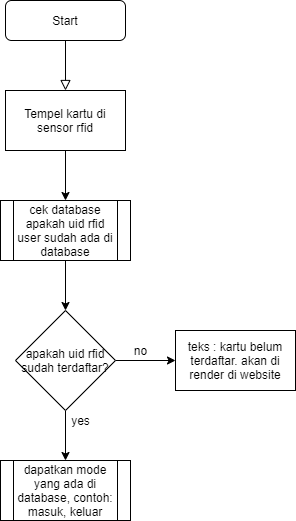
Earlier version of the draw.io export alur-penggunaan.png (dzulfiqaryusuf/rfid-sistemabsensi-ewallet). Source tidied: cells renumbered, new cells last; positions are measured from the earlier drawing's top-left corner, leaving out a move shared by most shapes.
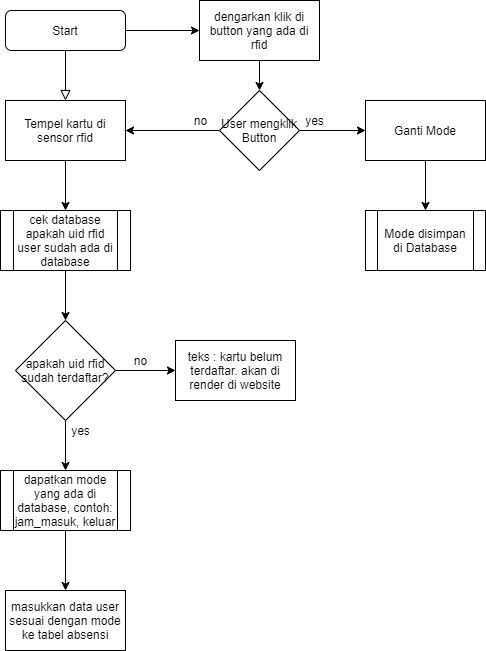
The same file after the commit.

Diff of the diagram source:
```diff
@@ -7,6 +7,9 @@
         <mxPoint x="65" y="90" as="targetPoint" />
       </mxGeometry>
     </mxCell>
+    <mxCell id="15" style="edgeStyle=orthogonalEdgeStyle;rounded=0;jettySize=auto;html=1;" parent="1" edge="1" source="3" target="19">
+      <mxGeometry relative="1" as="geometry" />
+    </mxCell>
     <mxCell id="3" value="Start" style="rounded=1;whiteSpace=wrap;html=1;fontSize=12;glass=0;strokeWidth=1;shadow=0;" parent="1" vertex="1">
       <mxGeometry x="5" width="120" height="40" as="geometry" />
     </mxCell>
@@ -42,8 +45,44 @@
     <mxCell id="13" value="no" style="text;html=1;align=center;verticalAlign=middle;" parent="1" vertex="1">
       <mxGeometry x="125" y="340" width="30" height="20" as="geometry" />
     </mxCell>
+    <mxCell id="16" style="edgeStyle=orthogonalEdgeStyle;rounded=0;jettySize=auto;html=1;entryX=0.5;entryY=0;entryDx=0;entryDy=0;" parent="1" edge="1" source="14" target="17">
+      <mxGeometry relative="1" as="geometry" />
+    </mxCell>
-    <mxCell id="14" value="&lt;span&gt;dapatkan mode yang ada di database, contoh: masuk, keluar&lt;/span&gt;" style="shape=process;whiteSpace=wrap;html=1;backgroundOutline=1;" parent="1" vertex="1">
+    <mxCell id="14" value="&lt;span&gt;dapatkan mode yang ada di database, contoh: jam_masuk, keluar&lt;/span&gt;" style="shape=process;whiteSpace=wrap;html=1;backgroundOutline=1;" parent="1" vertex="1">
       <mxGeometry y="460" width="130" height="60" as="geometry" />
     </mxCell>
+    <mxCell id="17" value="masukkan data user sesuai dengan mode ke tabel absensi" style="rounded=0;whiteSpace=wrap;html=1;" parent="1" vertex="1">
+      <mxGeometry x="5" y="580" width="120" height="60" as="geometry" />
+    </mxCell>
+    <mxCell id="18" style="edgeStyle=orthogonalEdgeStyle;rounded=0;jettySize=auto;html=1;entryX=0.5;entryY=0;entryDx=0;entryDy=0;" parent="1" edge="1" source="19" target="22">
+      <mxGeometry relative="1" as="geometry" />
+    </mxCell>
+    <mxCell id="19" value="dengarkan klik di button yang ada di rfid" style="rounded=0;whiteSpace=wrap;html=1;" parent="1" vertex="1">
+      <mxGeometry x="199" y="-10" width="120" height="60" as="geometry" />
+    </mxCell>
+    <mxCell id="20" style="edgeStyle=orthogonalEdgeStyle;rounded=0;jettySize=auto;html=1;entryX=1;entryY=0.5;entryDx=0;entryDy=0;" parent="1" edge="1" source="22" target="5">
+      <mxGeometry relative="1" as="geometry" />
+    </mxCell>
+    <mxCell id="21" style="edgeStyle=orthogonalEdgeStyle;rounded=0;jettySize=auto;html=1;entryX=0;entryY=0.5;entryDx=0;entryDy=0;" parent="1" edge="1" source="22" target="26">
+      <mxGeometry relative="1" as="geometry" />
+    </mxCell>
+    <mxCell id="22" value="User mengklik Button" style="rhombus;whiteSpace=wrap;html=1;" parent="1" vertex="1">
+      <mxGeometry x="219" y="80" width="80" height="80" as="geometry" />
+    </mxCell>
+    <mxCell id="23" value="no" style="text;html=1;align=center;verticalAlign=middle;" parent="1" vertex="1">
+      <mxGeometry x="185" y="100" width="30" height="20" as="geometry" />
+    </mxCell>
+    <mxCell id="24" value="yes" style="text;html=1;align=center;verticalAlign=middle;" parent="1" vertex="1">
+      <mxGeometry x="299" y="100" width="30" height="20" as="geometry" />
+    </mxCell>
+    <mxCell id="25" style="edgeStyle=orthogonalEdgeStyle;rounded=0;jettySize=auto;html=1;" parent="1" edge="1" source="26" target="27">
+      <mxGeometry relative="1" as="geometry" />
+    </mxCell>
+    <mxCell id="26" value="Ganti Mode" style="rounded=0;whiteSpace=wrap;html=1;" parent="1" vertex="1">
+      <mxGeometry x="365" y="90" width="120" height="60" as="geometry" />
+    </mxCell>
+    <mxCell id="27" value="Mode disimpan di Database" style="shape=process;whiteSpace=wrap;html=1;backgroundOutline=1;" parent="1" vertex="1">
+      <mxGeometry x="365" y="200" width="120" height="60" as="geometry" />
+    </mxCell>
   </root>
 </mxGraphModel>
```
